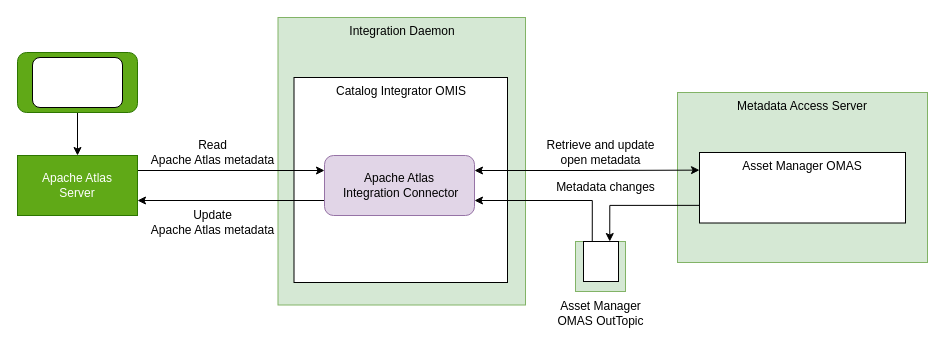
Above: page "integration-connector" (3 of 3) of site/docs/connectors/apache-atlas/apache-atlas-connectors.drawio in odpi/egeria-docs (draw.io), before the change. Source tidied: cells renumbered, new cells numbered last; positions are measured from the earlier drawing's top-left corner, leaving out a move shared by most shapes. Both pictures are drawn from the tidied source at 100%, with x=0, y=0 at pixel (17, 17).
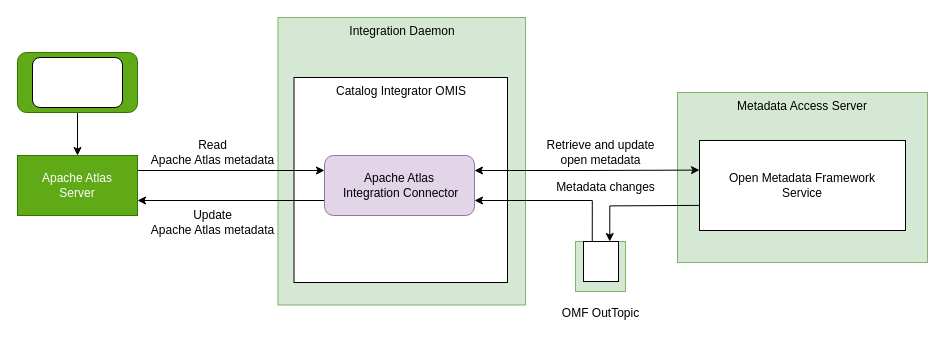
Above is the later version.

The change refers to these unchanged cells:
```xml
<mxCell id="5" value="Apache Atlas&lt;br&gt;&amp;nbsp;Integration Connector" style="rounded=1;whiteSpace=wrap;html=1;fillColor=#e1d5e7;strokeColor=#9673a6;" parent="1" vertex="1">
  <mxGeometry x="307" y="138" width="150" height="60" as="geometry" />
</mxCell>
<mxCell id="16" style="rounded=0;whiteSpace=wrap;html=1;fontFamily=Helvetica;fontSize=12;fontColor=#000000;align=center;" parent="1" vertex="1">
  <mxGeometry x="566" y="224" width="35" height="40" as="geometry" />
</mxCell>
```

The edit, as a diff of the source:
```diff
@@
-    <mxCell id="9" value="Asset Manager OMAS" style="rounded=0;whiteSpace=wrap;html=1;verticalAlign=top;" parent="1" vertex="1">
-      <mxGeometry x="682" y="135" width="206" height="70.5" as="geometry" />
-    </mxCell>
-    <mxCell id="10" style="edgeStyle=orthogonalEdgeStyle;rounded=0;jettySize=auto;html=1;exitX=1;exitY=0.25;exitDx=0;exitDy=0;startArrow=classic;startFill=1;entryX=0;entryY=0.25;entryDx=0;entryDy=0;" parent="1" edge="1" source="5" target="9">
-      <mxGeometry relative="1" as="geometry" />
+    <mxCell id="10" style="edgeStyle=orthogonalEdgeStyle;rounded=0;jettySize=auto;html=1;exitX=1;exitY=0.25;exitDx=0;exitDy=0;startArrow=classic;startFill=1;entryX=0;entryY=0.25;entryDx=0;entryDy=0;" parent="1" edge="1" source="5">
+      <mxGeometry relative="1" as="geometry">
+        <mxPoint x="682" y="152.6" as="targetPoint" />
+      </mxGeometry>
     </mxCell>
@@
-    <mxCell id="12" style="edgeStyle=orthogonalEdgeStyle;rounded=0;sketch=0;jettySize=auto;html=1;exitX=0;exitY=0.75;exitDx=0;exitDy=0;entryX=0.75;entryY=0;entryDx=0;entryDy=0;shadow=0;startArrow=none;startFill=0;" parent="1" edge="1" source="9" target="16">
-      <mxGeometry relative="1" as="geometry" />
+    <mxCell id="12" style="edgeStyle=orthogonalEdgeStyle;rounded=0;sketch=0;jettySize=auto;html=1;exitX=0;exitY=0.75;exitDx=0;exitDy=0;entryX=0.75;entryY=0;entryDx=0;entryDy=0;shadow=0;startArrow=none;startFill=0;" parent="1" edge="1" target="16">
+      <mxGeometry relative="1" as="geometry">
+        <mxPoint x="682" y="187.9" as="sourcePoint" />
+      </mxGeometry>
     </mxCell>
-    <mxCell id="13" value="Asset Manager&lt;br&gt;OMAS OutTopic" style="text;html=1;align=center;verticalAlign=middle;strokeColor=none;fontSize=12;fontFamily=Helvetica;fontColor=#000000;" parent="1" vertex="1">
-      <mxGeometry x="528" y="276" width="110" height="40" as="geometry" />
+    <mxCell id="13" value="OMF OutTopic" style="text;html=1;align=center;verticalAlign=middle;strokeColor=none;fontSize=12;fontFamily=Helvetica;fontColor=#000000;" parent="1" vertex="1">
+      <mxGeometry x="533" y="281" width="100" height="30" as="geometry" />
     </mxCell>
@@
+    <mxCell id="23" value="Open Metadata Framework&lt;div&gt;Service&lt;/div&gt;" style="rounded=0;whiteSpace=wrap;html=1;verticalAlign=middle;" parent="1" vertex="1">
+      <mxGeometry x="682" y="123" width="206" height="90" as="geometry" />
+    </mxCell>
```
